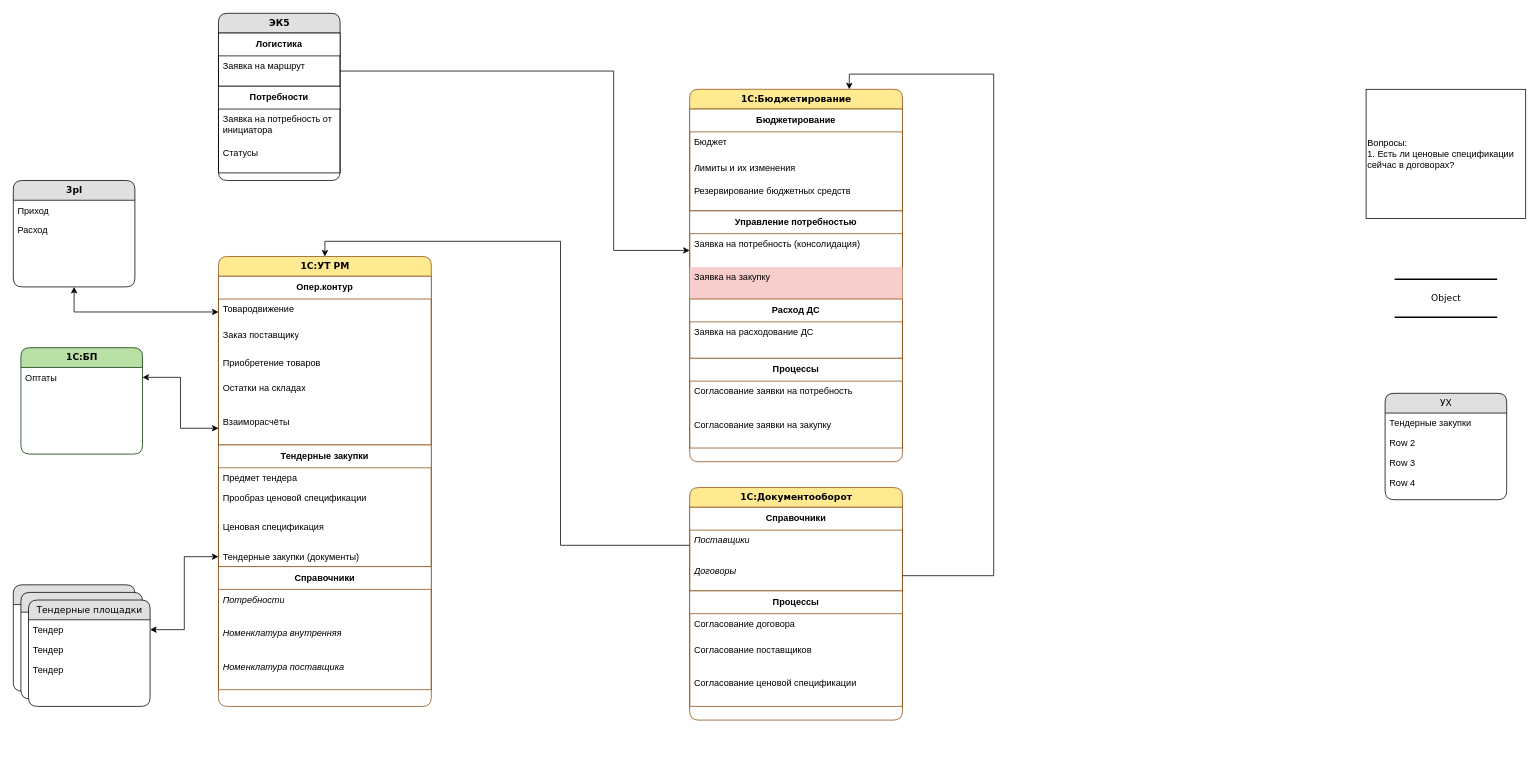
mih-ap/dwaw.io keeps this draw.io diagram as Диаграмма без названия.drawio. Above is the earlier version. Source tidied: cells renumbered, new cells numbered last; positions are measured from the earlier drawing's top-left corner, leaving out a move shared by most shapes. Both pictures are drawn from the tidied source at 76%, with x=0, y=0 at pixel (13, 13).
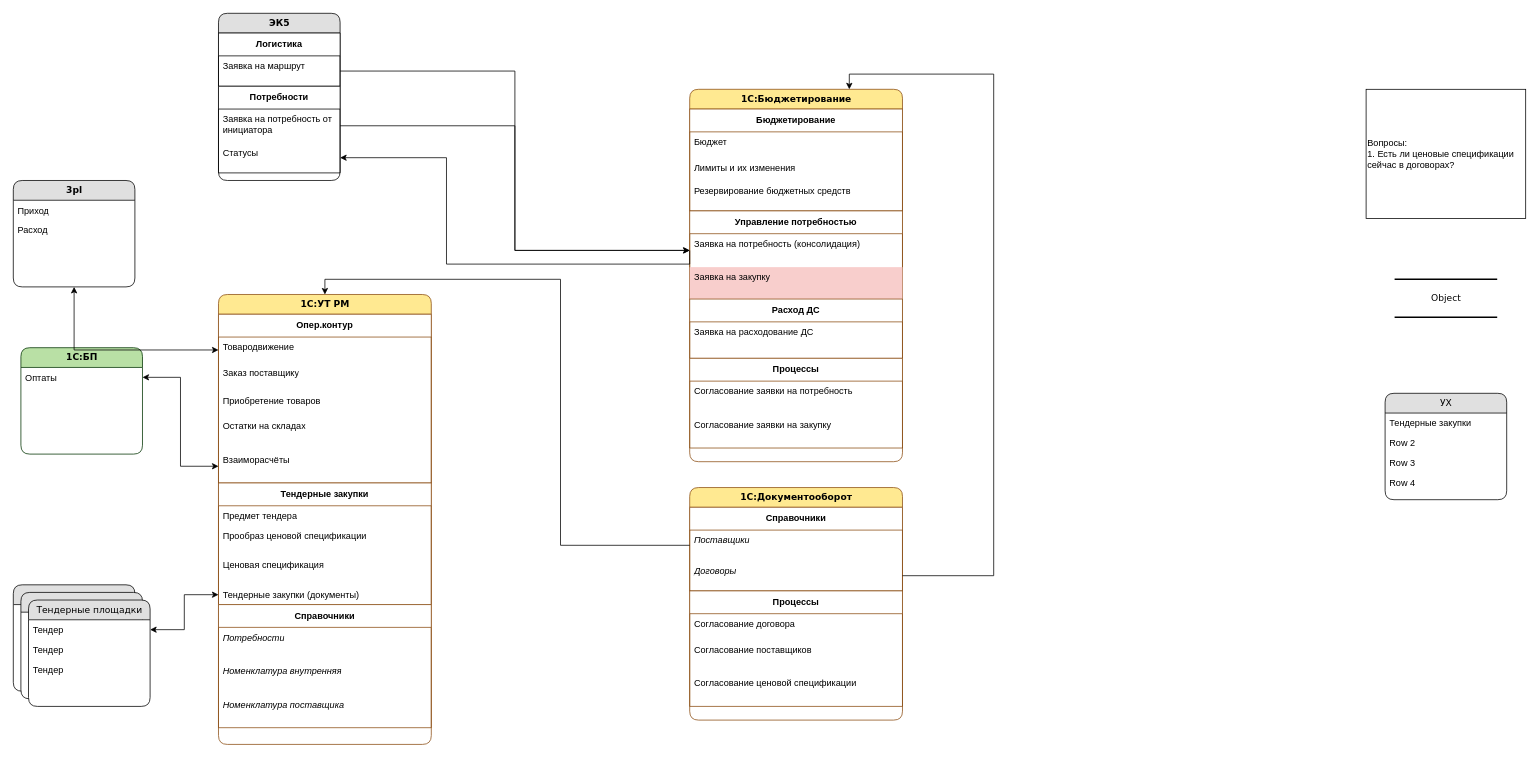
The same diagram, later.

Unchanged cells that the change refers to:
```xml
<mxCell id="30" value="Заявка на потребность (консолидация)" style="text;html=1;strokeColor=none;fillColor=none;spacingLeft=4;spacingRight=4;whiteSpace=wrap;overflow=hidden;points=[[0,0.5],[1,0.5]];portConstraint=eastwest;" parent="29" vertex="1">
  <mxGeometry y="30" width="280" height="44" as="geometry" />
</mxCell>
<mxCell id="39" value="Заявка на маршрут" style="text;html=1;strokeColor=none;fillColor=none;spacingLeft=4;spacingRight=4;whiteSpace=wrap;overflow=hidden;points=[[0,0.5],[1,0.5]];portConstraint=eastwest;" parent="38" vertex="1">
  <mxGeometry y="30" width="160" height="40" as="geometry" />
</mxCell>
<mxCell id="41" value="Заявка на потребность от инициатора" style="text;html=1;strokeColor=none;fillColor=none;spacingLeft=4;spacingRight=4;whiteSpace=wrap;overflow=hidden;points=[[0,0.5],[1,0.5]];portConstraint=eastwest;" parent="40" vertex="1">
  <mxGeometry y="30" width="160" height="44" as="geometry" />
</mxCell>
<mxCell id="42" value="Статусы" style="text;html=1;strokeColor=none;fillColor=none;spacingLeft=4;spacingRight=4;whiteSpace=wrap;overflow=hidden;points=[[0,0.5],[1,0.5]];portConstraint=eastwest;" parent="40" vertex="1">
  <mxGeometry y="74" width="160" height="40" as="geometry" />
</mxCell>
```

What changed in the source:
```diff
@@
     <mxCell id="8" value="1С:УТ РМ" style="swimlane;html=1;fontStyle=1;horizontal=1;startSize=26;fillColor=#FFE991;swimlaneFillColor=#ffffff;align=center;rounded=1;shadow=0;comic=0;labelBackgroundColor=none;strokeWidth=1;fontFamily=Verdana;fontSize=12;strokeColor=#8B4D13;" parent="1" vertex="1">
-      <mxGeometry x="270" y="320" width="280" height="592" as="geometry" />
+      <mxGeometry x="270" y="370" width="280" height="592" as="geometry" />
     </mxCell>
@@
     <mxCell id="67" style="edgeStyle=orthogonalEdgeStyle;rounded=0;jettySize=auto;html=1;" parent="1" edge="1" source="39" target="30">
       <mxGeometry relative="1" as="geometry">
         <Array as="points">
-          <mxPoint x="790" y="76" />
-          <mxPoint x="790" y="312" />
+          <mxPoint x="660" y="76" />
+          <mxPoint x="660" y="312" />
         </Array>
       </mxGeometry>
     </mxCell>
@@
+    <mxCell id="70" style="edgeStyle=orthogonalEdgeStyle;rounded=0;jettySize=auto;html=1;exitX=0;exitY=0.5;exitDx=0;exitDy=0;" parent="1" edge="1" source="30" target="42">
+      <mxGeometry relative="1" as="geometry">
+        <Array as="points">
+          <mxPoint x="890" y="330" />
+          <mxPoint x="570" y="330" />
+          <mxPoint x="570" y="190" />
+        </Array>
+      </mxGeometry>
+    </mxCell>
+    <mxCell id="71" style="edgeStyle=orthogonalEdgeStyle;rounded=0;jettySize=auto;html=1;" parent="1" edge="1" source="41" target="30">
+      <mxGeometry relative="1" as="geometry" />
+    </mxCell>
```
